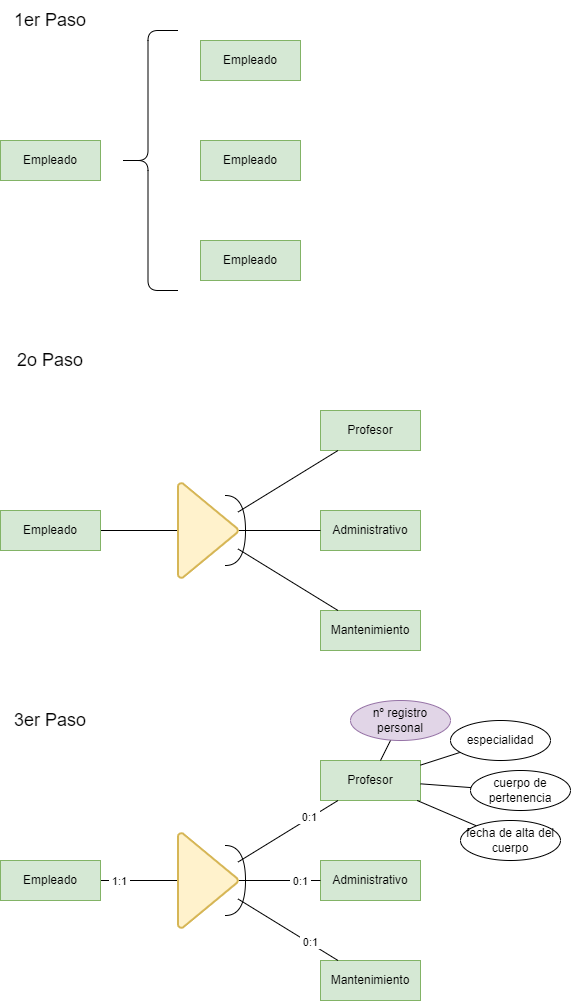
Above: Tareas/UD2-INTERPRETACIÓN DE DIAGRAMAS ENTIDAD-RELACIÓN/TRABAJO EN AULA/007sistemaEmpresaTecnologica.drawio.png in popadron/base-de-datos (draw.io), before the change. Source tidied: cells renumbered, new cells last; positions are measured from the earlier drawing's top-left corner, leaving out a move shared by most shapes.
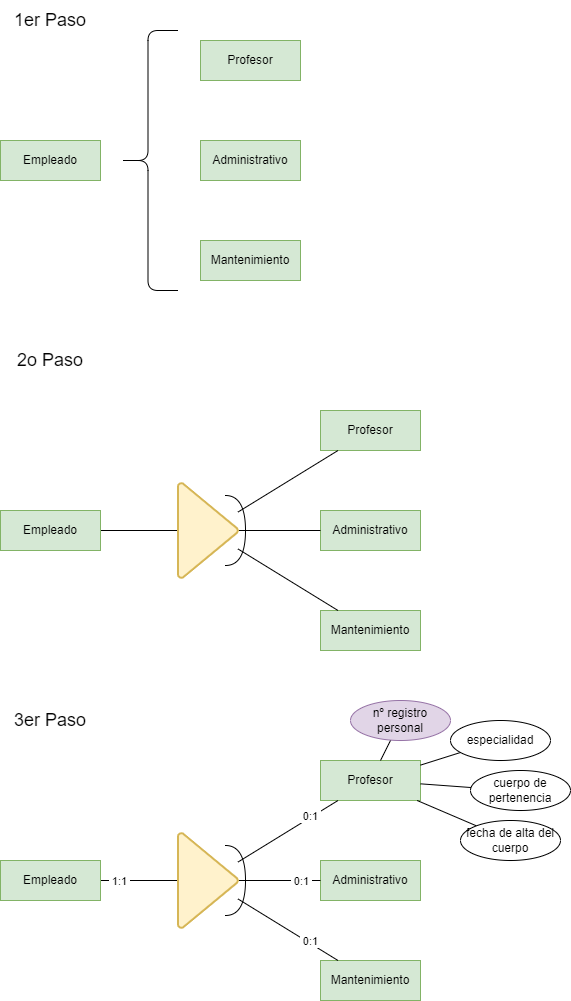
After the change.

The edit, as a diff of the source:
```diff
@@ -8,13 +8,13 @@
     <mxCell id="3" value="&lt;font style=&quot;font-size: 18px;&quot;&gt;1er Paso&lt;/font&gt;" style="text;html=1;strokeColor=none;fillColor=none;align=center;verticalAlign=middle;whiteSpace=wrap;rounded=0;" parent="1" vertex="1">
       <mxGeometry width="100" height="40" as="geometry" />
     </mxCell>
-    <mxCell id="4" value="Empleado" style="whiteSpace=wrap;html=1;align=center;fillColor=#d5e8d4;strokeColor=#82b366;" parent="1" vertex="1">
+    <mxCell id="4" value="Profesor" style="whiteSpace=wrap;html=1;align=center;fillColor=#d5e8d4;strokeColor=#82b366;" parent="1" vertex="1">
       <mxGeometry x="200" y="40" width="100" height="40" as="geometry" />
     </mxCell>
-    <mxCell id="5" value="Empleado" style="whiteSpace=wrap;html=1;align=center;fillColor=#d5e8d4;strokeColor=#82b366;" parent="1" vertex="1">
+    <mxCell id="5" value="Administrativo" style="whiteSpace=wrap;html=1;align=center;fillColor=#d5e8d4;strokeColor=#82b366;" parent="1" vertex="1">
       <mxGeometry x="200" y="140" width="100" height="40" as="geometry" />
     </mxCell>
-    <mxCell id="6" value="Empleado" style="whiteSpace=wrap;html=1;align=center;fillColor=#d5e8d4;strokeColor=#82b366;" parent="1" vertex="1">
+    <mxCell id="6" value="Mantenimiento" style="whiteSpace=wrap;html=1;align=center;fillColor=#d5e8d4;strokeColor=#82b366;" parent="1" vertex="1">
       <mxGeometry x="200" y="240" width="100" height="40" as="geometry" />
     </mxCell>
     <mxCell id="7" style="edgeStyle=none;rounded=0;jettySize=auto;html=1;endArrow=none;endFill=0;" parent="1" edge="1" source="8" target="15">
```
